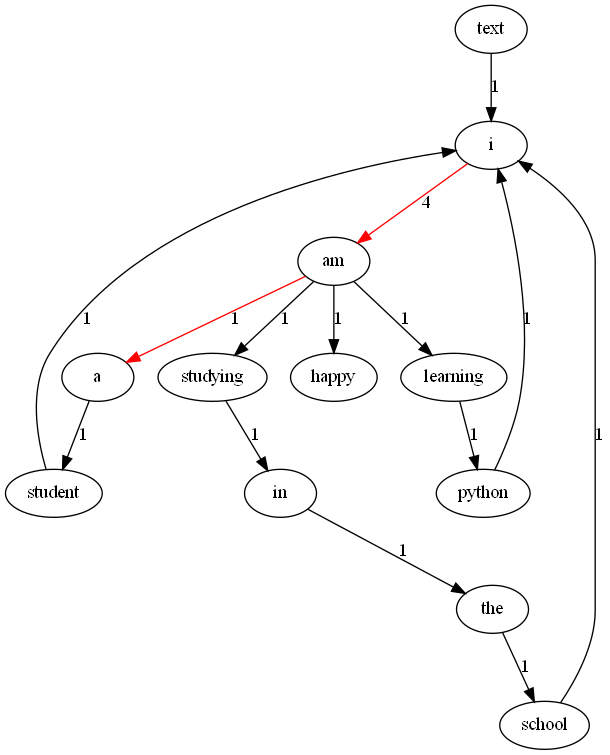
The Graphviz diagram SElab1/test-output/round-table.gv.png in WalnutForest/Lab1-2021113307, before a commit. Its source is kept beside it as SElab1/test-output/round-table.gv.
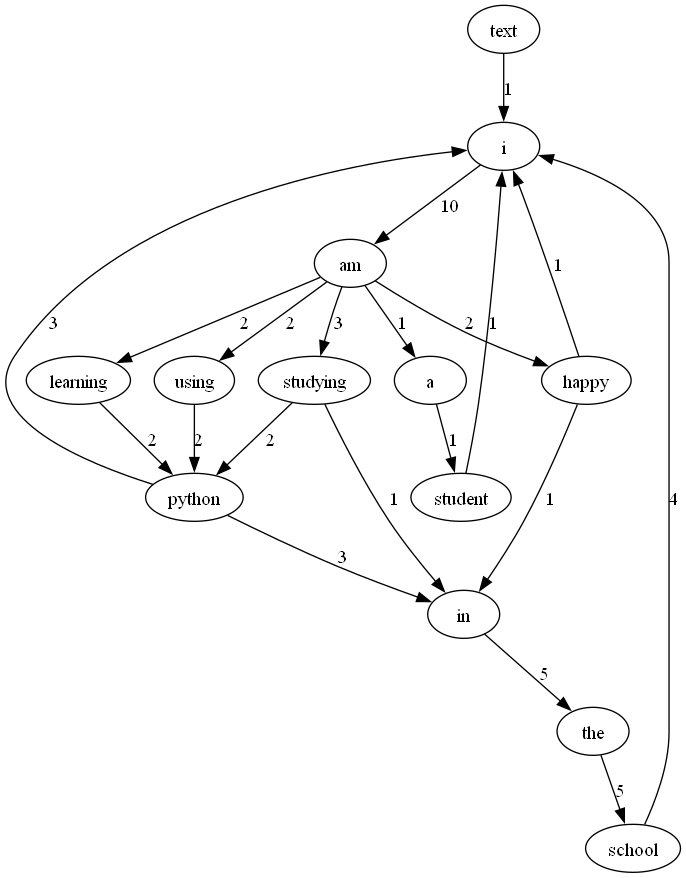
After the commit.

What changed in the source:
```diff
@@ -1,16 +1,22 @@
 digraph {
 	text -> i [label=1]
-	i -> am [label=4 color=red]
-	am -> a [label=1 color=red]
+	i -> am [label=10]
+	am -> a [label=1]
 	a -> student [label=1]
 	student -> i [label=1]
-	am -> studying [label=1]
+	am -> studying [label=3]
 	studying -> in [label=1]
-	in -> the [label=1]
-	the -> school [label=1]
-	school -> i [label=1]
-	am -> learning [label=1]
-	learning -> python [label=1]
-	python -> i [label=1]
-	am -> happy [label=1]
+	in -> the [label=5]
+	the -> school [label=5]
+	school -> i [label=4]
+	am -> learning [label=2]
+	learning -> python [label=2]
+	python -> i [label=3]
+	am -> happy [label=2]
+	happy -> i [label=1]
+	studying -> python [label=2]
+	am -> using [label=2]
+	using -> python [label=2]
+	python -> in [label=3]
+	happy -> in [label=1]
 }
```
